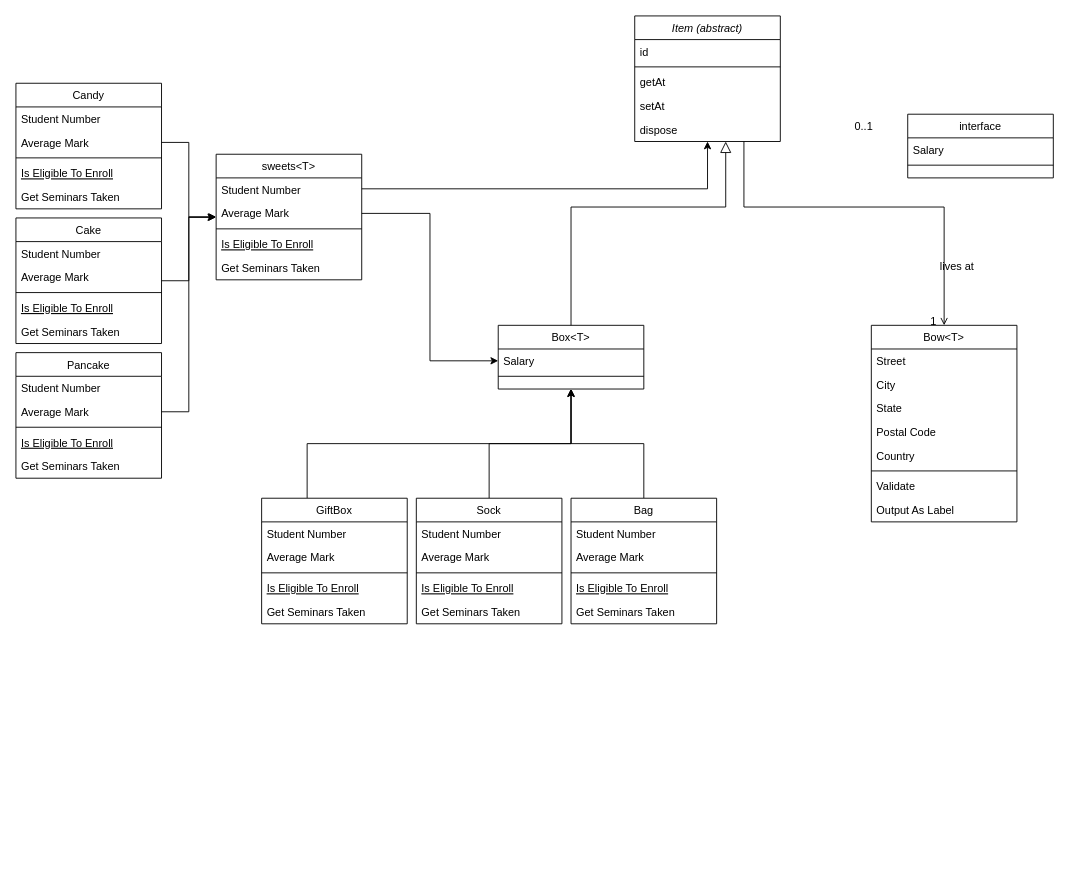
Pib0di/diagramms keeps this draw.io diagram as GiftsClass.drawio. Above is the earlier version. Source tidied: cells renumbered, new cells numbered last; positions are measured from the earlier drawing's top-left corner, leaving out a move shared by most shapes. Both pictures are drawn from the tidied source at 91%, with x=0, y=0 at pixel (15, 15).
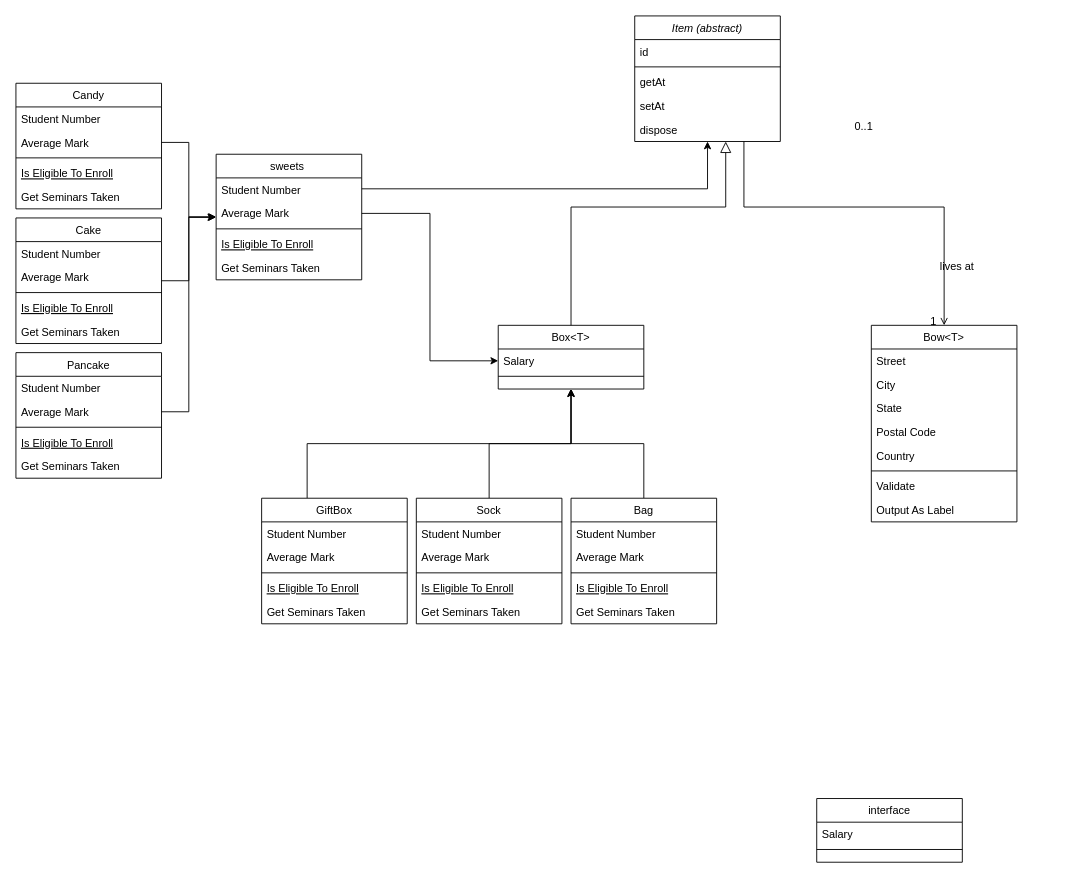
The same page after the edit.

Change to the diagram source:
```diff
@@
-    <mxCell id="32" value="sweets&lt;T&gt;" style="swimlane;fontStyle=0;align=center;verticalAlign=top;horizontal=1;startSize=26;rounded=0;shadow=0;strokeWidth=1;" parent="1" vertex="1">
+    <mxCell id="32" value="sweets " style="swimlane;fontStyle=0;align=center;verticalAlign=top;horizontal=1;startSize=26;rounded=0;shadow=0;strokeWidth=1;" parent="1" vertex="1">
       <mxGeometry x="220" y="152" width="160" height="138" as="geometry" />
     </mxCell>
@@
     <mxCell id="38" value="interface" style="swimlane;fontStyle=0;align=center;verticalAlign=top;horizontal=1;startSize=26;rounded=0;shadow=0;strokeWidth=1;" parent="1" vertex="1">
-      <mxGeometry x="980" y="108" width="160" height="70" as="geometry" />
+      <mxGeometry x="880" y="860" width="160" height="70" as="geometry" />
     </mxCell>
```
